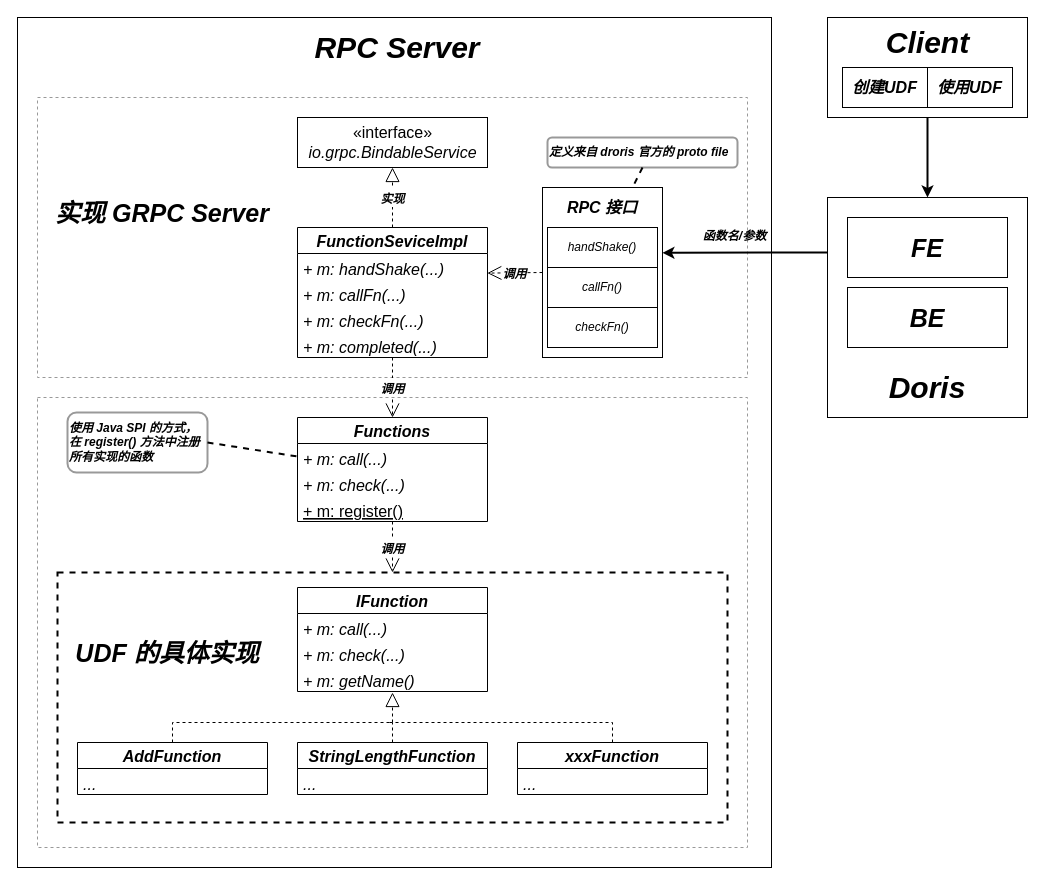
Before: arch.drawio in siu91/jrudf, a draw.io diagram. Source tidied: cells renumbered, new cells numbered last; positions are measured from the earlier drawing's top-left corner, leaving out a move shared by most shapes. Both pictures are drawn from the tidied source at 100%, with x=0, y=0 at pixel (17, 17).
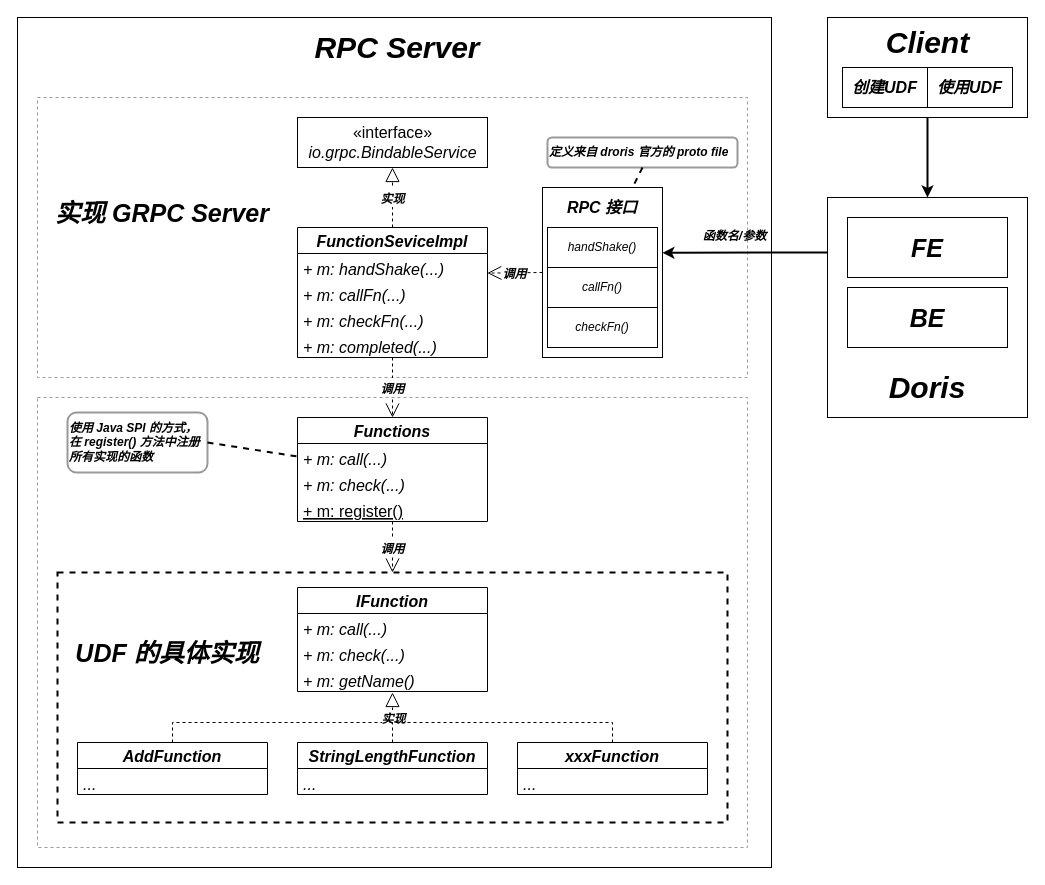
Above is the later version.

Commit message (it also covers changes not shown here):
arch:更新架构图

The change refers to these unchanged cells:
```xml
<mxCell id="39" style="endArrow=block;dashed=1;endFill=0;endSize=12;html=1;rounded=0;fontSize=16;exitX=0.5;exitY=0;exitDx=0;exitDy=0;" parent="1" edge="1" source="33">
  <mxGeometry relative="1" as="geometry">
    <mxPoint x="375" y="675" as="targetPoint" />
    <Array as="points">
      <mxPoint x="155" y="705" />
      <mxPoint x="375" y="705" />
    </Array>
  </mxGeometry>
</mxCell>
```

Change to the diagram source:
```diff
@@
+    <mxCell id="56" value="&lt;b&gt;&lt;i&gt;&lt;font style=&quot;font-size: 12px&quot;&gt;实现&lt;/font&gt;&lt;/i&gt;&lt;/b&gt;" style="edgeLabel;html=1;align=center;verticalAlign=middle;fontSize=14;" parent="39" vertex="1">
+      <mxGeometry x="0.84" y="-1" relative="1" as="geometry">
+        <mxPoint x="-1" y="3" as="offset" />
+      </mxGeometry>
+    </mxCell>
```
